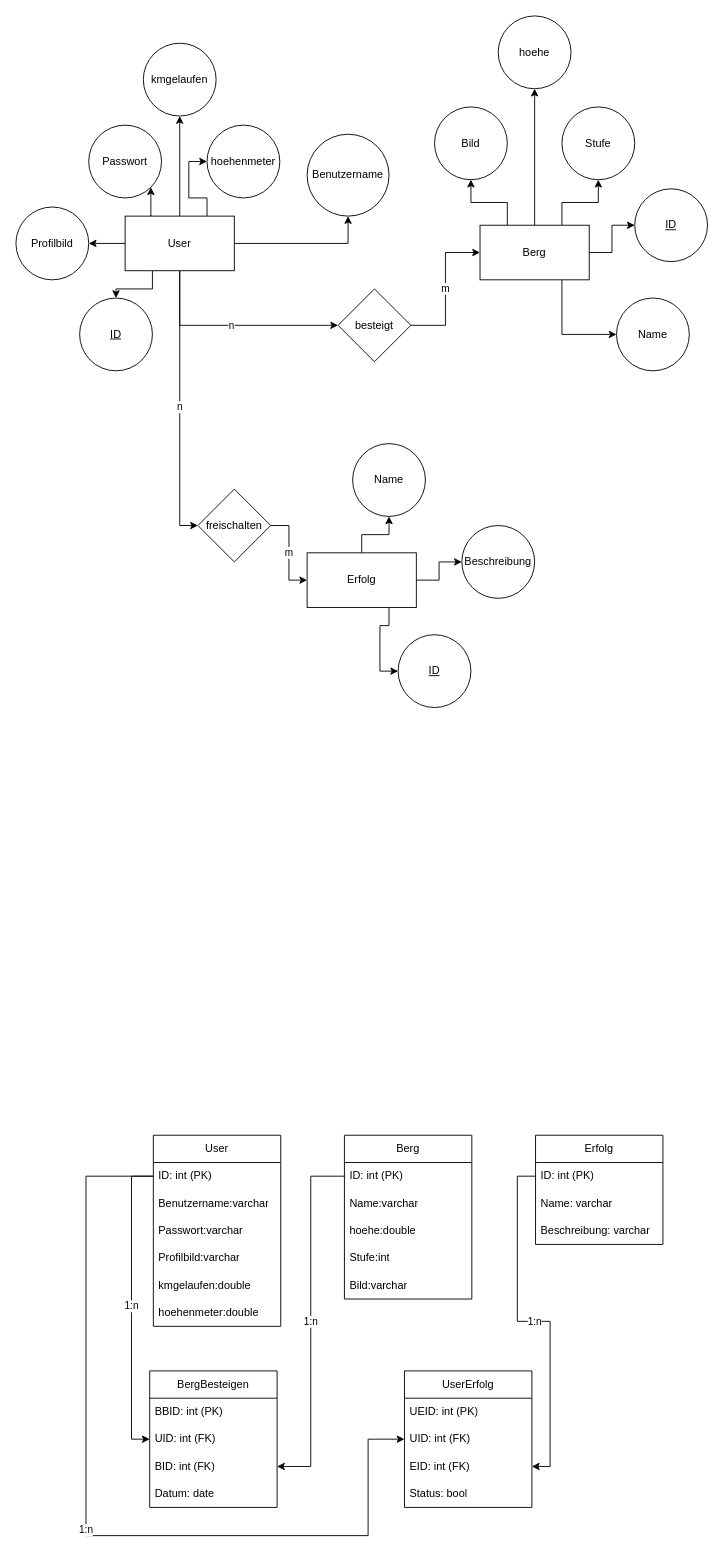
BlJanosch/Hermes keeps this draw.io diagram as doc/ERM_RM.drawio. Above is the earlier version. Source tidied: cells renumbered, new cells numbered last; positions are measured from the earlier drawing's top-left corner, leaving out a move shared by most shapes. Both pictures are drawn from the tidied source at 91%, with x=0, y=0 at pixel (15, 15).
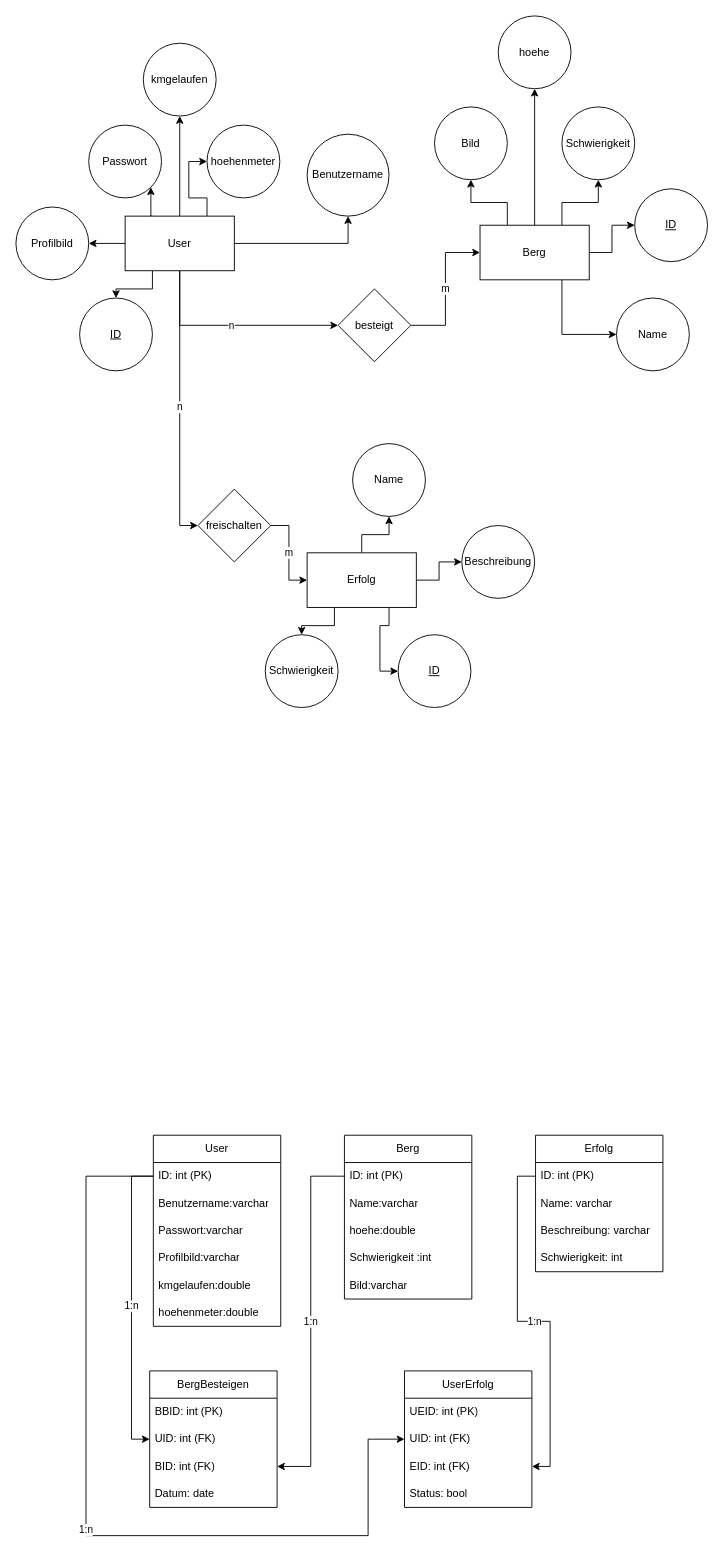
The same page after the edit.

Unchanged cells that the change refers to:
```xml
<mxCell id="31" value="Erfolg" style="rounded=0;whiteSpace=wrap;html=1;" parent="1" vertex="1">
  <mxGeometry x="320" y="590" width="120" height="60" as="geometry" />
</mxCell>
<mxCell id="46" value="Berg" style="swimlane;fontStyle=0;horizontal=1;startSize=30;whiteSpace=wrap;html=1;" parent="1" vertex="1">
  <mxGeometry x="361" y="1230" width="140" height="180" as="geometry" />
</mxCell>
```

Diff of the diagram source:
```diff
@@
-    <mxCell id="27" value="Stufe" style="ellipse;whiteSpace=wrap;html=1;" parent="1" vertex="1">
+    <mxCell id="27" value="Schwierigkeit" style="ellipse;whiteSpace=wrap;html=1;" parent="1" vertex="1">
       <mxGeometry x="600" y="100" width="80" height="80" as="geometry" />
     </mxCell>
@@
+    <mxCell id="70" style="edgeStyle=orthogonalEdgeStyle;rounded=0;jettySize=auto;html=1;exitX=0.25;exitY=1;exitDx=0;exitDy=0;entryX=0.5;entryY=0;entryDx=0;entryDy=0;" parent="1" edge="1" source="31" target="72">
+      <mxGeometry relative="1" as="geometry" />
+    </mxCell>
@@
-    <mxCell id="50" value="Stufe:int" style="text;strokeColor=none;fillColor=none;align=left;verticalAlign=middle;spacingLeft=4;spacingRight=4;overflow=hidden;whiteSpace=wrap;html=1;" parent="46" vertex="1">
+    <mxCell id="50" value="Schwierigkeit :int" style="text;strokeColor=none;fillColor=none;align=left;verticalAlign=middle;spacingLeft=4;spacingRight=4;overflow=hidden;whiteSpace=wrap;html=1;" parent="46" vertex="1">
       <mxGeometry y="120" width="140" height="30" as="geometry" />
     </mxCell>
@@
     <mxCell id="52" value="Erfolg" style="swimlane;fontStyle=0;horizontal=1;startSize=30;whiteSpace=wrap;html=1;" parent="1" vertex="1">
-      <mxGeometry x="571" y="1230" width="140" height="120" as="geometry" />
+      <mxGeometry x="571" y="1230" width="140" height="150" as="geometry" />
     </mxCell>
@@
+    <mxCell id="71" value="Schwierigkeit: int" style="text;strokeColor=none;fillColor=none;align=left;verticalAlign=middle;spacingLeft=4;spacingRight=4;overflow=hidden;whiteSpace=wrap;html=1;" parent="52" vertex="1">
+      <mxGeometry y="120" width="140" height="30" as="geometry" />
+    </mxCell>
@@
+    <mxCell id="72" value="Schwierigkeit" style="ellipse;whiteSpace=wrap;html=1;" parent="1" vertex="1">
+      <mxGeometry x="274" y="680" width="80" height="80" as="geometry" />
+    </mxCell>
```
